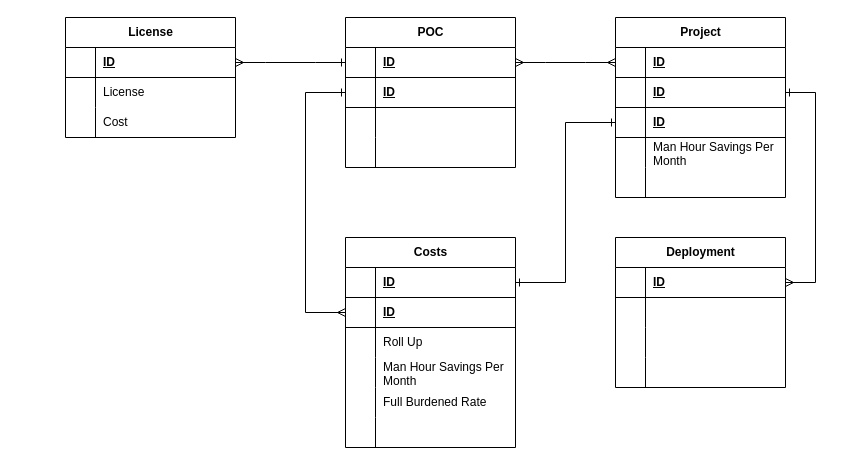
The draw.io diagram page "Option-3" (3 of 4) of erd-projint-01.drawio in josjreyes/GitInit, before the edit. Source tidied: cells renumbered, new cells numbered last; positions are measured from the earlier drawing's top-left corner, leaving out a move shared by most shapes. Both pictures are drawn from the tidied source at 100%, with x=0, y=0 at pixel (65, 17).
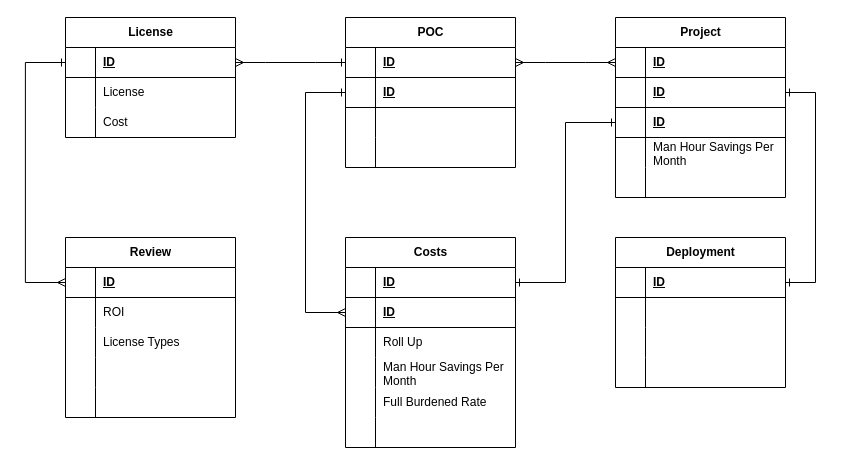
The same diagram, later.

Unchanged cells that the change refers to:
```xml
<mxCell id="6" style="shape=tableRow;horizontal=0;startSize=0;swimlaneHead=0;swimlaneBody=0;fillColor=none;points=[[0,0.5],[1,0.5]];portConstraint=eastwest;top=0;left=0;right=0;bottom=1;" parent="2" vertex="1">
  <mxGeometry y="60" width="170" height="30" as="geometry" />
</mxCell>
<mxCell id="20" style="shape=tableRow;horizontal=0;startSize=0;swimlaneHead=0;swimlaneBody=0;fillColor=none;points=[[0,0.5],[1,0.5]];portConstraint=eastwest;top=0;left=0;right=0;bottom=1;" parent="19" vertex="1">
  <mxGeometry y="30" width="170" height="30" as="geometry" />
</mxCell>
<mxCell id="64" style="shape=tableRow;horizontal=0;startSize=0;swimlaneHead=0;swimlaneBody=0;fillColor=none;points=[[0,0.5],[1,0.5]];portConstraint=eastwest;top=0;left=0;right=0;bottom=1;" parent="63" vertex="1">
  <mxGeometry y="30" width="170" height="30" as="geometry" />
</mxCell>
```

Change to the diagram source:
```diff
@@
-    <mxCell id="62" style="edgeStyle=entityRelationEdgeStyle;fontSize=12;html=1;endArrow=ERone;startArrow=ERmany;rounded=0;entryX=1;entryY=0.5;entryDx=0;entryDy=0;startFill=0;endFill=0;exitX=1;exitY=0.5;exitDx=0;exitDy=0;" parent="1" edge="1" source="64" target="6">
+    <mxCell id="62" style="edgeStyle=entityRelationEdgeStyle;fontSize=12;html=1;endArrow=ERone;startArrow=ERone;rounded=0;entryX=1;entryY=0.5;entryDx=0;entryDy=0;startFill=0;endFill=0;exitX=1;exitY=0.5;exitDx=0;exitDy=0;" parent="1" edge="1" source="64" target="6">
       <mxGeometry relative="1" as="geometry">
         <Array as="points">
           <mxPoint x="639.9" y="775" />
           <mxPoint x="390" y="270" />
           <mxPoint x="629.9" y="775" />
         </Array>
       </mxGeometry>
     </mxCell>
@@
+    <mxCell id="78" value="Review" style="shape=table;startSize=30;childLayout=tableLayout;rowLines=0;fontStyle=1;align=center;html=1;" parent="1" vertex="1">
+      <mxGeometry y="220" width="170" height="180" as="geometry" />
+    </mxCell>
+    <mxCell id="79" style="shape=tableRow;horizontal=0;startSize=0;swimlaneHead=0;swimlaneBody=0;fillColor=none;points=[[0,0.5],[1,0.5]];portConstraint=eastwest;top=0;left=0;right=0;bottom=1;" parent="78" vertex="1">
+      <mxGeometry y="30" width="170" height="30" as="geometry" />
+    </mxCell>
+    <mxCell id="80" style="shape=partialRectangle;fillColor=none;top=0;left=0;bottom=0;right=0;fontStyle=1;overflow=hidden;whiteSpace=wrap;html=1;" parent="79" vertex="1">
+      <mxGeometry width="30" height="30" as="geometry" />
+    </mxCell>
+    <mxCell id="81" value="ID" style="shape=partialRectangle;fillColor=none;top=0;left=0;bottom=0;right=0;align=left;spacingLeft=6;fontStyle=5;overflow=hidden;whiteSpace=wrap;html=1;" parent="79" vertex="1">
+      <mxGeometry x="30" width="140" height="30" as="geometry" />
+    </mxCell>
+    <mxCell id="82" style="shape=tableRow;horizontal=0;startSize=0;swimlaneHead=0;swimlaneBody=0;fillColor=none;top=0;left=0;right=0;bottom=0;" parent="78" vertex="1">
+      <mxGeometry y="60" width="170" height="30" as="geometry" />
+    </mxCell>
+    <mxCell id="83" style="shape=partialRectangle;fillColor=none;top=0;left=0;bottom=0;right=0;overflow=hidden;whiteSpace=wrap;html=1;" parent="82" vertex="1">
+      <mxGeometry width="30" height="30" as="geometry" />
+    </mxCell>
+    <mxCell id="84" value="ROI" style="shape=partialRectangle;fillColor=none;top=0;left=0;bottom=0;right=0;align=left;spacingLeft=6;overflow=hidden;whiteSpace=wrap;html=1;" parent="82" vertex="1">
+      <mxGeometry x="30" width="140" height="30" as="geometry" />
+    </mxCell>
+    <mxCell id="85" style="shape=tableRow;horizontal=0;startSize=0;swimlaneHead=0;swimlaneBody=0;fillColor=none;top=0;left=0;right=0;bottom=0;" parent="78" vertex="1">
+      <mxGeometry y="90" width="170" height="30" as="geometry" />
+    </mxCell>
+    <mxCell id="86" style="shape=partialRectangle;fillColor=none;top=0;left=0;bottom=0;right=0;overflow=hidden;whiteSpace=wrap;html=1;" parent="85" vertex="1">
+      <mxGeometry width="30" height="30" as="geometry" />
+    </mxCell>
+    <mxCell id="87" value="License Types" style="shape=partialRectangle;fillColor=none;top=0;left=0;bottom=0;right=0;align=left;spacingLeft=6;overflow=hidden;whiteSpace=wrap;html=1;" parent="85" vertex="1">
+      <mxGeometry x="30" width="140" height="30" as="geometry" />
+    </mxCell>
+    <mxCell id="88" style="shape=tableRow;horizontal=0;startSize=0;swimlaneHead=0;swimlaneBody=0;fillColor=none;top=0;left=0;right=0;bottom=0;" parent="78" vertex="1">
+      <mxGeometry y="120" width="170" height="30" as="geometry" />
+    </mxCell>
+    <mxCell id="89" style="shape=partialRectangle;fillColor=none;top=0;left=0;bottom=0;right=0;overflow=hidden;whiteSpace=wrap;html=1;" parent="88" vertex="1">
+      <mxGeometry width="30" height="30" as="geometry" />
+    </mxCell>
+    <mxCell id="90" style="shape=partialRectangle;fillColor=none;top=0;left=0;bottom=0;right=0;align=left;spacingLeft=6;overflow=hidden;whiteSpace=wrap;html=1;" parent="88" vertex="1">
+      <mxGeometry x="30" width="140" height="30" as="geometry" />
+    </mxCell>
+    <mxCell id="91" style="shape=tableRow;horizontal=0;startSize=0;swimlaneHead=0;swimlaneBody=0;fillColor=none;top=0;left=0;right=0;bottom=0;" parent="78" vertex="1">
+      <mxGeometry y="150" width="170" height="30" as="geometry" />
+    </mxCell>
+    <mxCell id="92" style="shape=partialRectangle;fillColor=none;top=0;left=0;bottom=0;right=0;overflow=hidden;whiteSpace=wrap;html=1;" parent="91" vertex="1">
+      <mxGeometry width="30" height="30" as="geometry" />
+    </mxCell>
+    <mxCell id="93" style="shape=partialRectangle;fillColor=none;top=0;left=0;bottom=0;right=0;align=left;spacingLeft=6;overflow=hidden;whiteSpace=wrap;html=1;" parent="91" vertex="1">
+      <mxGeometry x="30" width="140" height="30" as="geometry" />
+    </mxCell>
+    <mxCell id="94" style="edgeStyle=orthogonalEdgeStyle;rounded=0;jettySize=auto;html=1;entryX=0;entryY=0.5;entryDx=0;entryDy=0;startArrow=ERone;startFill=0;endArrow=ERmany;endFill=0;" parent="1" edge="1" source="20" target="79">
+      <mxGeometry relative="1" as="geometry">
+        <Array as="points">
+          <mxPoint x="-40.1" y="45" />
+          <mxPoint x="-40.1" y="265" />
+        </Array>
+      </mxGeometry>
+    </mxCell>
```
